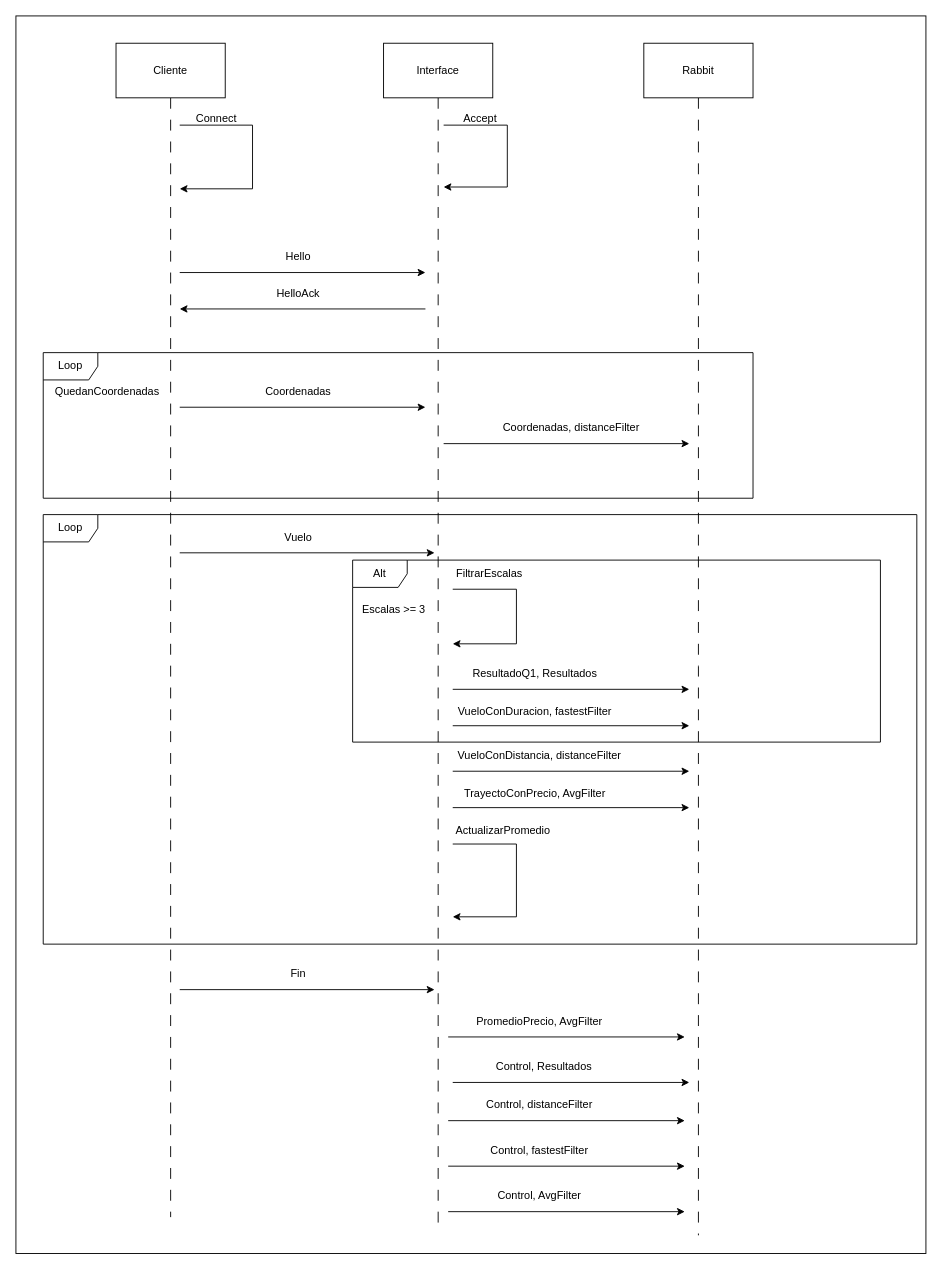
Before: page "ConeccionYEnvioDeDatos" (2 of 5) of docs/diagramas/SecuenciaDistribuidos.drawio in FranciscoPereira987/tp1-distribuidos-grupo5, a draw.io diagram. Source tidied: cells renumbered, new cells numbered last; positions are measured from the earlier drawing's top-left corner, leaving out a move shared by most shapes. Both pictures are drawn from the tidied source at 91%, with x=0, y=0 at pixel (15, 15).
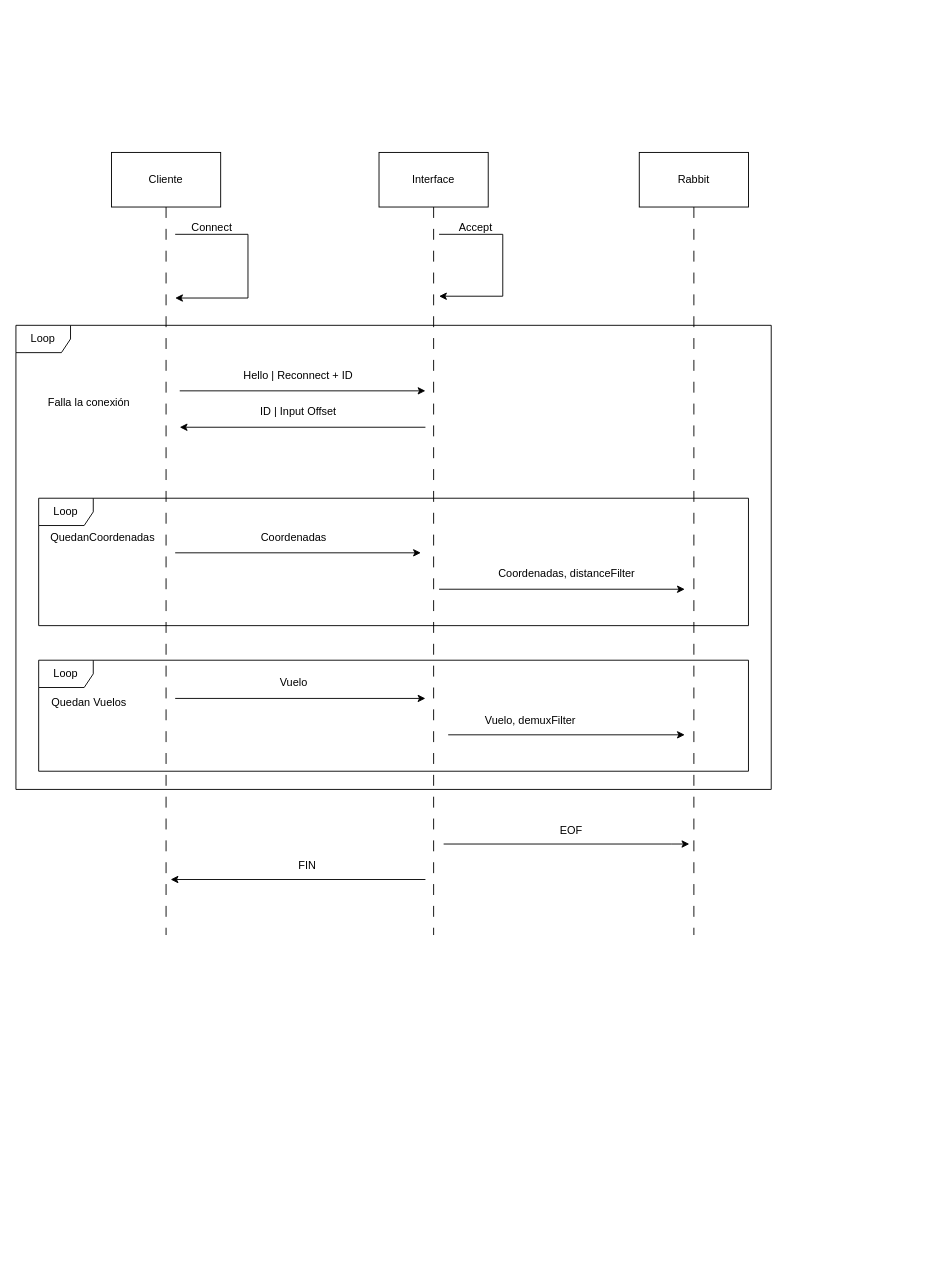
The same page after the edit.

Diff of the diagram source:
```diff
@@
     <mxCell id="2" style="edgeStyle=orthogonalEdgeStyle;rounded=0;jettySize=auto;html=1;exitX=0.5;exitY=1;exitDx=0;exitDy=0;endArrow=none;endFill=0;dashed=1;dashPattern=12 12;" parent="1" edge="1" source="3">
       <mxGeometry relative="1" as="geometry">
-        <mxPoint x="170" y="1320" as="targetPoint" />
+        <mxPoint x="165" y="1010" as="targetPoint" />
+        <Array as="points">
+          <mxPoint x="165" y="1010" />
+        </Array>
       </mxGeometry>
     </mxCell>
     <mxCell id="3" value="Cliente" style="rounded=0;whiteSpace=wrap;html=1;" parent="1" vertex="1">
-      <mxGeometry x="110" y="30" width="120" height="60" as="geometry" />
+      <mxGeometry x="105" y="150" width="120" height="60" as="geometry" />
     </mxCell>
     <mxCell id="4" style="edgeStyle=orthogonalEdgeStyle;rounded=0;jettySize=auto;html=1;exitX=0.5;exitY=1;exitDx=0;exitDy=0;dashed=1;dashPattern=12 12;endArrow=none;endFill=0;" parent="1" edge="1" source="5">
       <mxGeometry relative="1" as="geometry">
-        <mxPoint x="464" y="1330" as="targetPoint" />
+        <mxPoint x="459" y="1010" as="targetPoint" />
+        <Array as="points">
+          <mxPoint x="459" y="1010" />
+        </Array>
       </mxGeometry>
     </mxCell>
     <mxCell id="5" value="Interface" style="rounded=0;whiteSpace=wrap;html=1;" parent="1" vertex="1">
-      <mxGeometry x="404" y="30" width="120" height="60" as="geometry" />
+      <mxGeometry x="399" y="150" width="120" height="60" as="geometry" />
     </mxCell>
     <mxCell id="6" style="edgeStyle=orthogonalEdgeStyle;rounded=0;jettySize=auto;html=1;exitX=0.5;exitY=1;exitDx=0;exitDy=0;dashed=1;dashPattern=12 12;endArrow=none;endFill=0;" parent="1" edge="1" source="7">
       <mxGeometry relative="1" as="geometry">
-        <mxPoint x="750" y="1340" as="targetPoint" />
+        <mxPoint x="745" y="1010" as="targetPoint" />
+        <Array as="points">
+          <mxPoint x="745" y="1010" />
+        </Array>
       </mxGeometry>
     </mxCell>
     <mxCell id="7" value="Rabbit" style="rounded=0;whiteSpace=wrap;html=1;" parent="1" vertex="1">
-      <mxGeometry x="690" y="30" width="120" height="60" as="geometry" />
+      <mxGeometry x="685" y="150" width="120" height="60" as="geometry" />
     </mxCell>
     <mxCell id="8" style="endArrow=classic;html=1;rounded=0;" parent="1" edge="1">
       <mxGeometry relative="1" as="geometry">
-        <mxPoint x="180" y="282" as="sourcePoint" />
-        <mxPoint x="450" y="282" as="targetPoint" />
+        <mxPoint x="180" y="412" as="sourcePoint" />
+        <mxPoint x="450" y="412" as="targetPoint" />
       </mxGeometry>
     </mxCell>
-    <mxCell id="9" value="Hello" style="text;html=1;align=center;verticalAlign=middle;strokeColor=none;fillColor=none;" parent="1" vertex="1">
-      <mxGeometry x="285" y="250" width="50" height="30" as="geometry" />
+    <mxCell id="9" value="Hello | Reconnect + ID" style="text;html=1;align=center;verticalAlign=middle;strokeColor=none;fillColor=none;" parent="1" vertex="1">
+      <mxGeometry x="235" y="380" width="150" height="30" as="geometry" />
     </mxCell>
     <mxCell id="10" style="endArrow=classic;html=1;rounded=0;" parent="1" edge="1">
       <mxGeometry relative="1" as="geometry">
-        <mxPoint x="450" y="322" as="sourcePoint" />
-        <mxPoint x="180" y="322" as="targetPoint" />
+        <mxPoint x="450" y="452" as="sourcePoint" />
+        <mxPoint x="180" y="452" as="targetPoint" />
       </mxGeometry>
     </mxCell>
-    <mxCell id="11" value="HelloAck" style="text;html=1;align=center;verticalAlign=middle;strokeColor=none;fillColor=none;" parent="1" vertex="1">
-      <mxGeometry x="275" y="290" width="70" height="30" as="geometry" />
+    <mxCell id="11" value="ID | Input Offset" style="text;html=1;align=center;verticalAlign=middle;strokeColor=none;fillColor=none;" parent="1" vertex="1">
+      <mxGeometry x="255" y="420" width="110" height="30" as="geometry" />
     </mxCell>
     <mxCell id="12" value="Loop" style="shape=umlFrame;whiteSpace=wrap;html=1;" parent="1" vertex="1">
-      <mxGeometry x="30" y="370" width="780" height="160" as="geometry" />
+      <mxGeometry x="25" y="530" width="780" height="140" as="geometry" />
     </mxCell>
     <mxCell id="13" style="endArrow=classic;html=1;rounded=0;" parent="1" edge="1">
       <mxGeometry relative="1" as="geometry">
-        <mxPoint x="180" y="120" as="sourcePoint" />
-        <mxPoint x="180" y="190" as="targetPoint" />
+        <mxPoint x="175" y="240" as="sourcePoint" />
+        <mxPoint x="175" y="310" as="targetPoint" />
         <Array as="points">
-          <mxPoint x="260" y="120" />
-          <mxPoint x="260" y="190" />
+          <mxPoint x="255" y="240" />
+          <mxPoint x="255" y="310" />
         </Array>
       </mxGeometry>
     </mxCell>
     <mxCell id="14" value="Connect" style="text;html=1;align=center;verticalAlign=middle;strokeColor=none;fillColor=none;" parent="1" vertex="1">
-      <mxGeometry x="185" y="98" width="70" height="30" as="geometry" />
+      <mxGeometry x="180" y="218" width="70" height="30" as="geometry" />
     </mxCell>
     <mxCell id="15" style="endArrow=classic;html=1;rounded=0;" parent="1" edge="1">
       <mxGeometry relative="1" as="geometry">
-        <mxPoint x="470" y="120" as="sourcePoint" />
-        <mxPoint x="470" y="188" as="targetPoint" />
+        <mxPoint x="465" y="240" as="sourcePoint" />
+        <mxPoint x="465" y="308" as="targetPoint" />
         <Array as="points">
-          <mxPoint x="540" y="120" />
-          <mxPoint x="540" y="188" />
+          <mxPoint x="535" y="240" />
+          <mxPoint x="535" y="308" />
         </Array>
       </mxGeometry>
     </mxCell>
     <mxCell id="16" value="Accept" style="text;html=1;align=center;verticalAlign=middle;strokeColor=none;fillColor=none;" parent="1" vertex="1">
-      <mxGeometry x="480" y="98" width="60" height="30" as="geometry" />
+      <mxGeometry x="475" y="218" width="60" height="30" as="geometry" />
     </mxCell>
     <mxCell id="17" style="endArrow=classic;html=1;rounded=0;" parent="1" edge="1">
       <mxGeometry relative="1" as="geometry">
-        <mxPoint x="180" y="430" as="sourcePoint" />
-        <mxPoint x="450" y="430" as="targetPoint" />
+        <mxPoint x="175" y="590" as="sourcePoint" />
+        <mxPoint x="445" y="590" as="targetPoint" />
       </mxGeometry>
     </mxCell>
     <mxCell id="18" value="Coordenadas" style="text;html=1;align=center;verticalAlign=middle;strokeColor=none;fillColor=none;" parent="1" vertex="1">
-      <mxGeometry x="260" y="398" width="100" height="30" as="geometry" />
+      <mxGeometry x="255" y="558" width="100" height="30" as="geometry" />
     </mxCell>
     <mxCell id="19" style="endArrow=classic;html=1;rounded=0;" parent="1" edge="1">
       <mxGeometry relative="1" as="geometry">
-        <mxPoint x="470" y="470" as="sourcePoint" />
-        <mxPoint x="740" y="470" as="targetPoint" />
+        <mxPoint x="465" y="630" as="sourcePoint" />
+        <mxPoint x="735" y="630" as="targetPoint" />
       </mxGeometry>
     </mxCell>
     <mxCell id="20" value="Coordenadas, distanceFilter" style="text;html=1;align=center;verticalAlign=middle;strokeColor=none;fillColor=none;" parent="1" vertex="1">
-      <mxGeometry x="525" y="438" width="170" height="30" as="geometry" />
+      <mxGeometry x="520" y="598" width="170" height="30" as="geometry" />
     </mxCell>
     <mxCell id="21" style="endArrow=classic;html=1;rounded=0;" parent="1" edge="1">
       <mxGeometry relative="1" as="geometry">
-        <mxPoint x="180" y="590" as="sourcePoint" />
-        <mxPoint x="460" y="590" as="targetPoint" />
+        <mxPoint x="175" y="750" as="sourcePoint" />
+        <mxPoint x="450" y="750" as="targetPoint" />
       </mxGeometry>
     </mxCell>
     <mxCell id="22" value="Vuelo" style="text;html=1;align=center;verticalAlign=middle;strokeColor=none;fillColor=none;" parent="1" vertex="1">
-      <mxGeometry x="285" y="558" width="50" height="30" as="geometry" />
+      <mxGeometry x="280" y="718" width="50" height="30" as="geometry" />
     </mxCell>
-    <mxCell id="23" style="endArrow=classic;html=1;rounded=0;" parent="1" edge="1">
-      <mxGeometry relative="1" as="geometry">
-        <mxPoint x="480" y="740" as="sourcePoint" />
-        <mxPoint x="740" y="740" as="targetPoint" />
-      </mxGeometry>
-    </mxCell>
     <mxCell id="24" style="endArrow=classic;html=1;rounded=0;" parent="1" edge="1">
       <mxGeometry relative="1" as="geometry">
-        <mxPoint x="480" y="780" as="sourcePoint" />
-        <mxPoint x="740" y="780" as="targetPoint" />
+        <mxPoint x="475" y="790" as="sourcePoint" />
+        <mxPoint x="735" y="790" as="targetPoint" />
       </mxGeometry>
     </mxCell>
-    <mxCell id="25" style="endArrow=classic;html=1;rounded=0;" parent="1" edge="1">
-      <mxGeometry relative="1" as="geometry">
-        <mxPoint x="480" y="830" as="sourcePoint" />
-        <mxPoint x="740" y="830" as="targetPoint" />
-      </mxGeometry>
-    </mxCell>
-    <mxCell id="26" style="endArrow=classic;html=1;rounded=0;" parent="1" edge="1">
-      <mxGeometry relative="1" as="geometry">
-        <mxPoint x="480" y="630" as="sourcePoint" />
-        <mxPoint x="480" y="690" as="targetPoint" />
-        <Array as="points">
-          <mxPoint x="550" y="630" />
-          <mxPoint x="550" y="690" />
-        </Array>
-      </mxGeometry>
-    </mxCell>
-    <mxCell id="27" value="FiltrarEscalas" style="text;html=1;align=center;verticalAlign=middle;strokeColor=none;fillColor=none;" parent="1" vertex="1">
-      <mxGeometry x="470" y="598" width="100" height="30" as="geometry" />
-    </mxCell>
-    <mxCell id="28" value="Alt" style="shape=umlFrame;whiteSpace=wrap;html=1;" parent="1" vertex="1">
-      <mxGeometry x="370" y="598" width="580" height="200" as="geometry" />
-    </mxCell>
-    <mxCell id="29" value="ResultadoQ1, Resultados" style="text;html=1;align=center;verticalAlign=middle;strokeColor=none;fillColor=none;" parent="1" vertex="1">
-      <mxGeometry x="490" y="708" width="160" height="30" as="geometry" />
-    </mxCell>
-    <mxCell id="30" value="VueloConDuracion, fastestFilter" style="text;html=1;align=center;verticalAlign=middle;strokeColor=none;fillColor=none;" parent="1" vertex="1">
-      <mxGeometry x="475" y="750" width="190" height="30" as="geometry" />
+    <mxCell id="30" value="Vuelo, demuxFilter" style="text;html=1;align=center;verticalAlign=middle;strokeColor=none;fillColor=none;" parent="1" vertex="1">
+      <mxGeometry x="500" y="760" width="130" height="30" as="geometry" />
     </mxCell>
-    <mxCell id="31" value="Escalas &amp;gt;= 3" style="text;html=1;align=center;verticalAlign=middle;strokeColor=none;fillColor=none;" parent="1" vertex="1">
-      <mxGeometry x="370" y="638" width="90" height="30" as="geometry" />
-    </mxCell>
-    <mxCell id="32" style="endArrow=classic;html=1;rounded=0;" parent="1" edge="1">
-      <mxGeometry relative="1" as="geometry">
-        <mxPoint x="480" y="870" as="sourcePoint" />
-        <mxPoint x="740" y="870" as="targetPoint" />
-      </mxGeometry>
-    </mxCell>
-    <mxCell id="33" value="VueloConDistancia, distanceFilter" style="text;html=1;align=center;verticalAlign=middle;strokeColor=none;fillColor=none;" parent="1" vertex="1">
-      <mxGeometry x="475" y="798" width="200" height="30" as="geometry" />
-    </mxCell>
-    <mxCell id="34" value="TrayectoConPrecio, AvgFilter" style="text;html=1;align=center;verticalAlign=middle;strokeColor=none;fillColor=none;" parent="1" vertex="1">
-      <mxGeometry x="480" y="840" width="180" height="30" as="geometry" />
-    </mxCell>
     <mxCell id="35" value="QuedanCoordenadas" style="text;html=1;align=center;verticalAlign=middle;strokeColor=none;fillColor=none;" parent="1" vertex="1">
-      <mxGeometry x="30" y="398" width="140" height="30" as="geometry" />
+      <mxGeometry x="25" y="558" width="140" height="30" as="geometry" />
     </mxCell>
     <mxCell id="36" value="Loop" style="shape=umlFrame;whiteSpace=wrap;html=1;" parent="1" vertex="1">
-      <mxGeometry x="30" y="548" width="960" height="472" as="geometry" />
+      <mxGeometry x="25" y="708" width="780" height="122" as="geometry" />
     </mxCell>
-    <mxCell id="37" style="endArrow=classic;html=1;rounded=0;" parent="1" edge="1">
-      <mxGeometry relative="1" as="geometry">
-        <mxPoint x="480" y="910" as="sourcePoint" />
-        <mxPoint x="480" y="990" as="targetPoint" />
-        <Array as="points">
-          <mxPoint x="550" y="910" />
-          <mxPoint x="550" y="990" />
-        </Array>
-      </mxGeometry>
-    </mxCell>
-    <mxCell id="38" value="ActualizarPromedio" style="text;html=1;align=center;verticalAlign=middle;strokeColor=none;fillColor=none;" parent="1" vertex="1">
-      <mxGeometry x="470" y="880" width="130" height="30" as="geometry" />
-    </mxCell>
-    <mxCell id="39" style="endArrow=classic;html=1;rounded=0;" parent="1" edge="1">
-      <mxGeometry relative="1" as="geometry">
-        <mxPoint x="180" y="1070" as="sourcePoint" />
-        <mxPoint x="460" y="1070" as="targetPoint" />
-      </mxGeometry>
-    </mxCell>
-    <mxCell id="40" value="Fin" style="text;html=1;align=center;verticalAlign=middle;strokeColor=none;fillColor=none;" parent="1" vertex="1">
-      <mxGeometry x="290" y="1038" width="40" height="30" as="geometry" />
-    </mxCell>
-    <mxCell id="41" style="endArrow=classic;html=1;rounded=0;" parent="1" edge="1">
-      <mxGeometry relative="1" as="geometry">
-        <mxPoint x="480" y="1172" as="sourcePoint" />
-        <mxPoint x="740" y="1172" as="targetPoint" />
-      </mxGeometry>
-    </mxCell>
-    <mxCell id="42" value="Control, Resultados" style="text;html=1;align=center;verticalAlign=middle;strokeColor=none;fillColor=none;" parent="1" vertex="1">
-      <mxGeometry x="515" y="1140" width="130" height="30" as="geometry" />
-    </mxCell>
-    <mxCell id="43" style="endArrow=classic;html=1;rounded=0;" parent="1" edge="1">
-      <mxGeometry relative="1" as="geometry">
-        <mxPoint x="475" y="1214" as="sourcePoint" />
-        <mxPoint x="735" y="1214" as="targetPoint" />
-      </mxGeometry>
-    </mxCell>
-    <mxCell id="44" value="Control, distanceFilter" style="text;html=1;align=center;verticalAlign=middle;strokeColor=none;fillColor=none;" parent="1" vertex="1">
-      <mxGeometry x="505" y="1182" width="140" height="30" as="geometry" />
-    </mxCell>
-    <mxCell id="45" style="endArrow=classic;html=1;rounded=0;" parent="1" edge="1">
-      <mxGeometry relative="1" as="geometry">
-        <mxPoint x="475" y="1264" as="sourcePoint" />
-        <mxPoint x="735" y="1264" as="targetPoint" />
-      </mxGeometry>
-    </mxCell>
-    <mxCell id="46" value="Control, fastestFilter" style="text;html=1;align=center;verticalAlign=middle;strokeColor=none;fillColor=none;" parent="1" vertex="1">
-      <mxGeometry x="510" y="1232" width="130" height="30" as="geometry" />
-    </mxCell>
-    <mxCell id="47" style="endArrow=classic;html=1;rounded=0;" parent="1" edge="1">
-      <mxGeometry relative="1" as="geometry">
-        <mxPoint x="475" y="1314" as="sourcePoint" />
-        <mxPoint x="735" y="1314" as="targetPoint" />
-      </mxGeometry>
-    </mxCell>
-    <mxCell id="48" value="Control, AvgFilter" style="text;html=1;align=center;verticalAlign=middle;strokeColor=none;fillColor=none;" parent="1" vertex="1">
-      <mxGeometry x="515" y="1282" width="120" height="30" as="geometry" />
-    </mxCell>
-    <mxCell id="49" style="endArrow=classic;html=1;rounded=0;" parent="1" edge="1">
+    <mxCell id="49" style="endArrow=classic;html=1;rounded=0;edgeStyle=orthogonalEdgeStyle;" parent="1" edge="1">
       <mxGeometry relative="1" as="geometry">
-        <mxPoint x="475" y="1122" as="sourcePoint" />
-        <mxPoint x="735" y="1122" as="targetPoint" />
+        <mxPoint x="470" y="910" as="sourcePoint" />
+        <mxPoint x="740" y="910" as="targetPoint" />
+        <Array as="points">
+          <mxPoint x="720" y="910" />
+        </Array>
       </mxGeometry>
     </mxCell>
-    <mxCell id="50" value="PromedioPrecio, AvgFilter" style="text;html=1;align=center;verticalAlign=middle;strokeColor=none;fillColor=none;" parent="1" vertex="1">
-      <mxGeometry x="495" y="1090" width="160" height="30" as="geometry" />
+    <mxCell id="50" value="EOF" style="text;html=1;align=center;verticalAlign=middle;strokeColor=none;fillColor=none;" parent="1" vertex="1">
+      <mxGeometry x="585" y="880" width="50" height="30" as="geometry" />
     </mxCell>
-    <mxCell id="51" style="rounded=0;whiteSpace=wrap;html=1;fillColor=none;" parent="1" vertex="1">
-      <mxGeometry width="1000" height="1360" as="geometry" />
-    </mxCell>
+    <mxCell id="52" style="endArrow=classic;html=1;rounded=0;" parent="1" edge="1">
+      <mxGeometry relative="1" as="geometry">
+        <mxPoint x="450" y="949" as="sourcePoint" />
+        <mxPoint x="170" y="949" as="targetPoint" />
+      </mxGeometry>
+    </mxCell>
+    <mxCell id="53" value="FIN" style="text;html=1;align=center;verticalAlign=middle;strokeColor=none;fillColor=none;" parent="1" vertex="1">
+      <mxGeometry x="300" y="919" width="40" height="30" as="geometry" />
+    </mxCell>
+    <mxCell id="54" value="Loop" style="shape=umlFrame;whiteSpace=wrap;html=1;" parent="1" vertex="1">
+      <mxGeometry y="340" width="830" height="510" as="geometry" />
+    </mxCell>
+    <mxCell id="55" value="Falla la conexión" style="text;html=1;align=center;verticalAlign=middle;strokeColor=none;fillColor=none;" parent="1" vertex="1">
+      <mxGeometry x="20" y="410" width="120" height="30" as="geometry" />
+    </mxCell>
+    <mxCell id="56" value="Quedan Vuelos" style="text;html=1;align=center;verticalAlign=middle;strokeColor=none;fillColor=none;" parent="1" vertex="1">
+      <mxGeometry x="25" y="740" width="110" height="30" as="geometry" />
+    </mxCell>
```
